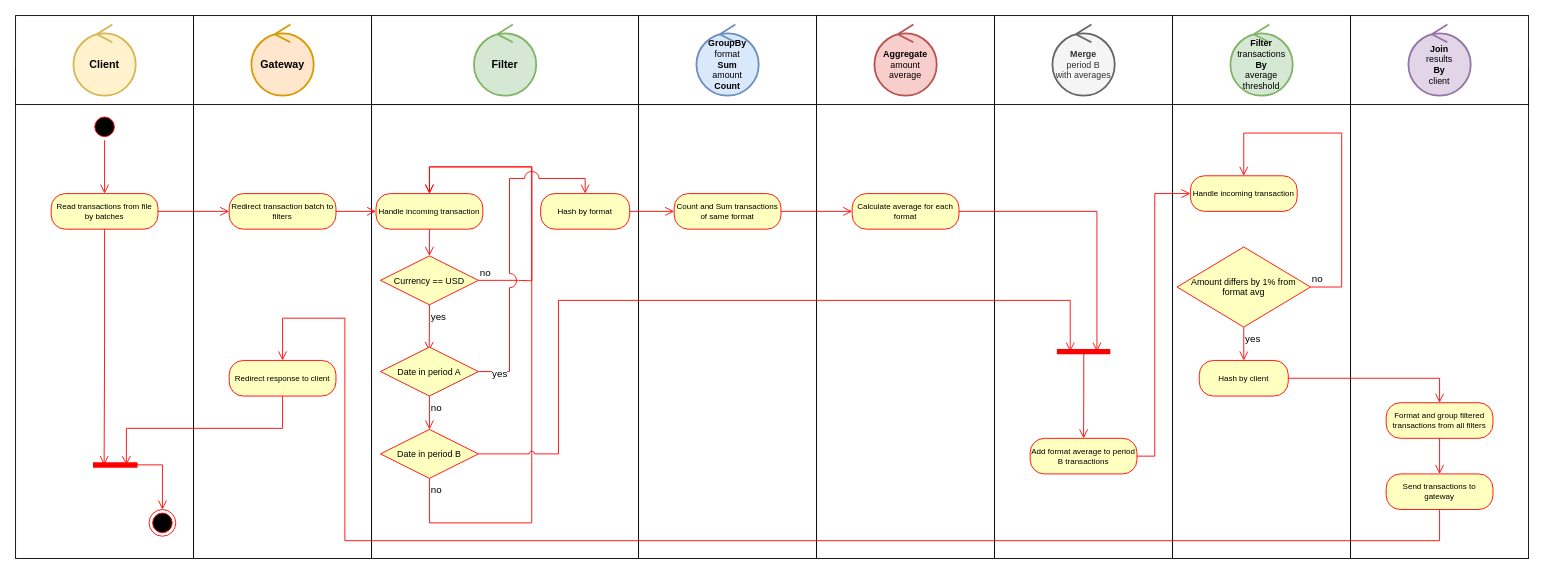
The draw.io diagram doc/diagrams/16activity-uc3.drawio in alejoordonez02/distribuidos-tp-money-laundering-analysis, before the edit. Source tidied: cells renumbered, new cells numbered last; positions are measured from the earlier drawing's top-left corner, leaving out a move shared by most shapes. Both pictures are drawn from the tidied source at 89%, with x=0, y=0 at pixel (15, 15).
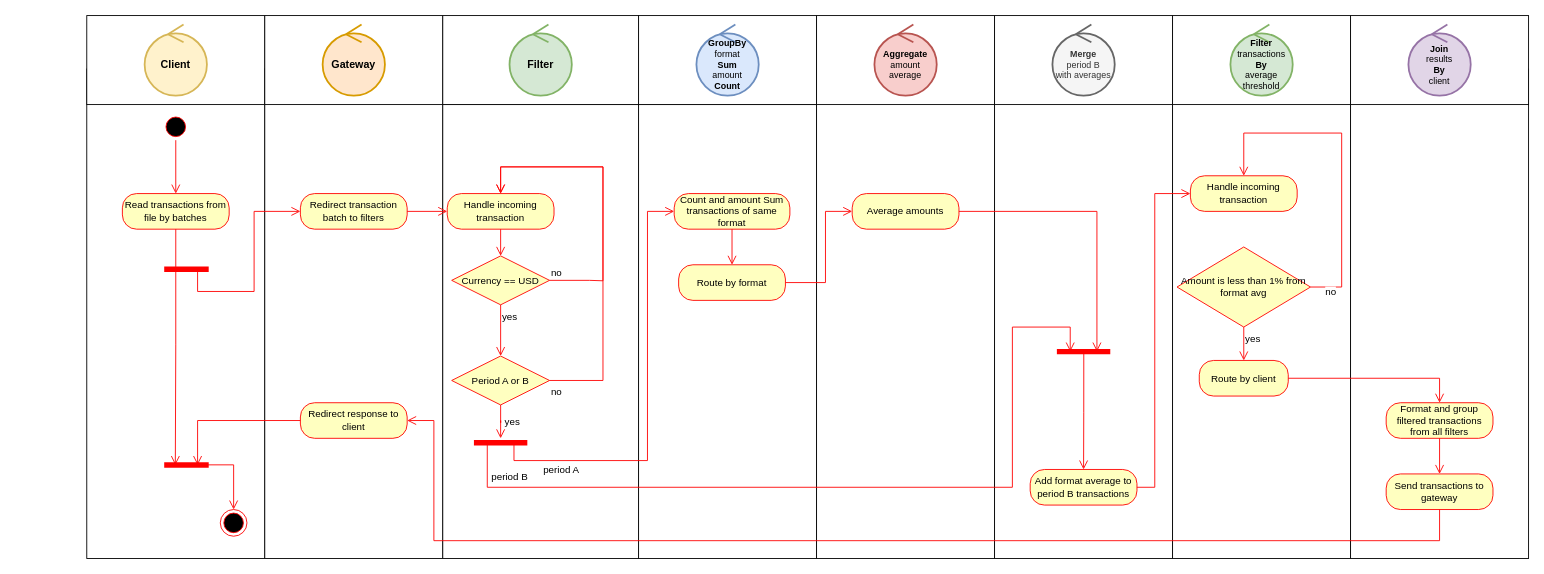
After the change.

Commit message (it also covers changes not shown here):
doc: fix fork-join pattern and routing keys in activity diagrams

The change refers to these unchanged cells:
```xml
<mxCell id="57" style="shape=line;html=1;strokeWidth=6;strokeColor=#ff0000;" parent="1" vertex="1">
  <mxGeometry x="1170" y="372.5" width="60" height="10" as="geometry" />
</mxCell>
```

Diff of the diagram source:
```diff
@@
     <mxCell id="4" style="html=1;dashed=0;whiteSpace=wrap;fontSize=9;" parent="1" vertex="1">
-      <mxGeometry y="60" width="200" height="550" as="geometry" />
+      <mxGeometry x="80" y="60" width="200" height="550" as="geometry" />
     </mxCell>
     <mxCell id="5" style="html=1;dashed=0;whiteSpace=wrap;fontSize=9;" parent="1" vertex="1">
-      <mxGeometry width="200" height="100" as="geometry" />
+      <mxGeometry x="80" width="200" height="100" as="geometry" />
     </mxCell>
     <mxCell id="6" style="html=1;dashed=0;whiteSpace=wrap;fontSize=9;" parent="1" vertex="1">
-      <mxGeometry x="200" y="60" width="200" height="550" as="geometry" />
+      <mxGeometry x="280" y="60" width="200" height="550" as="geometry" />
     </mxCell>
     <mxCell id="7" style="html=1;dashed=0;whiteSpace=wrap;fontSize=9;" parent="1" vertex="1">
-      <mxGeometry x="200" width="200" height="100" as="geometry" />
+      <mxGeometry x="280" width="200" height="100" as="geometry" />
     </mxCell>
     <mxCell id="8" style="html=1;dashed=0;whiteSpace=wrap;fontSize=9;" parent="1" vertex="1">
-      <mxGeometry x="400" y="100" width="300" height="510" as="geometry" />
+      <mxGeometry x="480" y="100" width="220" height="510" as="geometry" />
     </mxCell>
     <mxCell id="9" style="html=1;dashed=0;whiteSpace=wrap;fontSize=9;" parent="1" vertex="1">
-      <mxGeometry x="400" width="300" height="100" as="geometry" />
+      <mxGeometry x="480" width="220" height="100" as="geometry" />
     </mxCell>
     <mxCell id="10" style="ellipse;html=1;shape=startState;fillColor=#000000;strokeColor=#ff0000;fontSize=9;" parent="1" vertex="1">
-      <mxGeometry x="85" y="110" width="30" height="30" as="geometry" />
+      <mxGeometry x="165" y="110" width="30" height="30" as="geometry" />
     </mxCell>
@@
     <mxCell id="12" style="ellipse;html=1;shape=endState;fillColor=#000000;strokeColor=#ff0000;fontSize=9;" parent="1" vertex="1">
-      <mxGeometry x="150" y="555" width="30" height="30" as="geometry" />
+      <mxGeometry x="230" y="555" width="30" height="30" as="geometry" />
     </mxCell>
-    <mxCell id="13" value="&lt;div&gt;Read transactions from file by batches&lt;/div&gt;" style="rounded=1;whiteSpace=wrap;html=1;arcSize=40;fontColor=#000000;fillColor=#ffffc0;strokeColor=#ff0000;fontSize=9;" parent="1" vertex="1">
-      <mxGeometry x="40" y="200" width="120" height="40" as="geometry" />
+    <mxCell id="13" value="&lt;div&gt;Read transactions from file by batches&lt;/div&gt;" style="rounded=1;whiteSpace=wrap;html=1;arcSize=40;fontColor=#000000;fillColor=#ffffc0;strokeColor=#ff0000;fontSize=11;" parent="1" vertex="1">
+      <mxGeometry x="120" y="200" width="120" height="40" as="geometry" />
     </mxCell>
     <mxCell id="14" style="shape=line;html=1;strokeWidth=6;strokeColor=#ff0000;" parent="1" vertex="1">
-      <mxGeometry x="87" y="500" width="50" height="10" as="geometry" />
+      <mxGeometry x="167" y="500" width="50" height="10" as="geometry" />
     </mxCell>
@@
-    <mxCell id="16" style="edgeStyle=orthogonalEdgeStyle;html=1;verticalAlign=bottom;endArrow=open;endSize=8;strokeColor=#ff0000;rounded=0;exitX=1;exitY=0.5;exitDx=0;exitDy=0;fontSize=9;entryX=0;entryY=0.5;entryDx=0;entryDy=0;" parent="1" edge="1" source="13" target="23">
-      <mxGeometry relative="1" as="geometry" />
+    <mxCell id="16" style="edgeStyle=orthogonalEdgeStyle;html=1;verticalAlign=bottom;endArrow=open;endSize=8;strokeColor=#ff0000;rounded=0;exitX=0.75;exitY=0.5;exitDx=0;exitDy=0;fontSize=9;entryX=0;entryY=0.5;entryDx=0;entryDy=0;exitPerimeter=0;" parent="1" edge="1" source="71" target="23">
+      <mxGeometry relative="1" as="geometry">
+        <Array as="points">
+          <mxPoint x="204" y="310" />
+          <mxPoint x="268" y="310" />
+          <mxPoint x="268" y="220" />
+        </Array>
+      </mxGeometry>
     </mxCell>
-    <mxCell id="17" value="Currency == USD" style="rhombus;whiteSpace=wrap;html=1;fontColor=#000000;fillColor=#ffffc0;strokeColor=#ff0000;fontSize=10;" parent="1" vertex="1">
-      <mxGeometry x="410" y="270" width="110" height="55" as="geometry" />
+    <mxCell id="17" value="Currency == USD" style="rhombus;whiteSpace=wrap;html=1;fontColor=#000000;fillColor=#ffffc0;strokeColor=#ff0000;fontSize=11;" parent="1" vertex="1">
+      <mxGeometry x="490" y="270" width="110" height="55" as="geometry" />
     </mxCell>
     <mxCell id="18" value="no" style="edgeStyle=orthogonalEdgeStyle;html=1;align=left;verticalAlign=bottom;endArrow=open;endSize=8;strokeColor=#ff0000;rounded=0;entryX=0.5;entryY=0;entryDx=0;entryDy=0;exitX=1;exitY=0.5;exitDx=0;exitDy=0;" parent="1" edge="1" source="17" target="20">
       <mxGeometry x="-1" relative="1" as="geometry">
         <Array as="points">
-          <mxPoint x="565" y="298" />
-          <mxPoint x="580" y="298" />
-          <mxPoint x="580" y="170" />
-          <mxPoint x="505" y="170" />
+          <mxPoint x="645" y="298" />
+          <mxPoint x="660" y="298" />
+          <mxPoint x="660" y="170" />
+          <mxPoint x="585" y="170" />
         </Array>
       </mxGeometry>
     </mxCell>
-    <mxCell id="19" value="yes" style="edgeStyle=orthogonalEdgeStyle;html=1;align=left;verticalAlign=top;endArrow=open;endSize=8;strokeColor=#ff0000;rounded=0;entryX=0.497;entryY=0.078;entryDx=0;entryDy=0;entryPerimeter=0;" parent="1" edge="1" source="17" target="21">
+    <mxCell id="19" value="yes" style="edgeStyle=orthogonalEdgeStyle;html=1;align=left;verticalAlign=top;endArrow=open;endSize=8;strokeColor=#ff0000;rounded=0;" parent="1" edge="1" source="17" target="75">
       <mxGeometry x="-1" relative="1" as="geometry" />
     </mxCell>
-    <mxCell id="20" value="Handle incoming transaction" style="rounded=1;whiteSpace=wrap;html=1;arcSize=40;fontColor=#000000;fillColor=#ffffc0;strokeColor=#ff0000;fontSize=9;" parent="1" vertex="1">
-      <mxGeometry x="405" y="200" width="120" height="40" as="geometry" />
+    <mxCell id="20" value="Handle incoming transaction" style="rounded=1;whiteSpace=wrap;html=1;arcSize=40;fontColor=#000000;fillColor=#ffffc0;strokeColor=#ff0000;fontSize=11;" parent="1" vertex="1">
+      <mxGeometry x="485" y="200" width="120" height="40" as="geometry" />
     </mxCell>
-    <mxCell id="21" value="Date in period A" style="rhombus;whiteSpace=wrap;html=1;fontColor=#000000;fillColor=#ffffc0;strokeColor=#ff0000;fontSize=10;" parent="1" vertex="1">
-      <mxGeometry x="410" y="372.5" width="110" height="55" as="geometry" />
-    </mxCell>
@@
-    <mxCell id="23" value="Redirect transaction batch to filters" style="rounded=1;whiteSpace=wrap;html=1;arcSize=40;fontColor=#000000;fillColor=#ffffc0;strokeColor=#ff0000;fontSize=9;" parent="1" vertex="1">
-      <mxGeometry x="240" y="200" width="120" height="40" as="geometry" />
+    <mxCell id="23" value="Redirect transaction batch to filters" style="rounded=1;whiteSpace=wrap;html=1;arcSize=40;fontColor=#000000;fillColor=#ffffc0;strokeColor=#ff0000;fontSize=11;" parent="1" vertex="1">
+      <mxGeometry x="320" y="200" width="120" height="40" as="geometry" />
     </mxCell>
@@
-    <mxCell id="25" value="Redirect response to client" style="rounded=1;whiteSpace=wrap;html=1;arcSize=40;fontColor=#000000;fillColor=#ffffc0;strokeColor=#ff0000;fontSize=9;" parent="1" vertex="1">
-      <mxGeometry x="240" y="387.5" width="120" height="40" as="geometry" />
+    <mxCell id="25" value="Redirect response to client" style="rounded=1;whiteSpace=wrap;html=1;arcSize=40;fontColor=#000000;fillColor=#ffffc0;strokeColor=#ff0000;fontSize=11;" parent="1" vertex="1">
+      <mxGeometry x="320" y="435" width="120" height="40" as="geometry" />
     </mxCell>
-    <mxCell id="26" style="edgeStyle=orthogonalEdgeStyle;html=1;verticalAlign=bottom;endArrow=open;endSize=8;strokeColor=#ff0000;rounded=0;exitX=0.5;exitY=1;exitDx=0;exitDy=0;fontSize=9;entryX=0.75;entryY=0.5;entryDx=0;entryDy=0;entryPerimeter=0;" parent="1" edge="1" source="25" target="14">
-      <mxGeometry relative="1" as="geometry" />
+    <mxCell id="26" style="edgeStyle=orthogonalEdgeStyle;html=1;verticalAlign=bottom;endArrow=open;endSize=8;strokeColor=#ff0000;rounded=0;fontSize=9;entryX=0.75;entryY=0.5;entryDx=0;entryDy=0;entryPerimeter=0;" parent="1" edge="1" source="25" target="14">
+      <mxGeometry relative="1" as="geometry">
+        <Array as="points">
+          <mxPoint x="205" y="455" />
+        </Array>
+      </mxGeometry>
     </mxCell>
@@
     <mxCell id="28" value="&lt;b&gt;Client&lt;/b&gt;" style="ellipse;shape=umlControl;whiteSpace=wrap;html=1;strokeWidth=2;fillColor=#fff2cc;strokeColor=#d6b656;" parent="1" vertex="1">
-      <mxGeometry x="65" y="10" width="70" height="80" as="geometry" />
+      <mxGeometry x="145" y="10" width="70" height="80" as="geometry" />
     </mxCell>
     <mxCell id="29" value="&lt;b&gt;Gateway&lt;/b&gt;" style="ellipse;shape=umlControl;whiteSpace=wrap;html=1;strokeWidth=2;fillColor=#ffe6cc;strokeColor=#d79b00;" parent="1" vertex="1">
-      <mxGeometry x="265" y="10" width="70" height="80" as="geometry" />
+      <mxGeometry x="345" y="10" width="70" height="80" as="geometry" />
     </mxCell>
     <mxCell id="30" value="&lt;b&gt;Filter&lt;/b&gt;" style="ellipse;shape=umlControl;whiteSpace=wrap;html=1;strokeWidth=2;fillColor=#d5e8d4;strokeColor=#82b366;" parent="1" vertex="1">
-      <mxGeometry x="515" y="10" width="70" height="80" as="geometry" />
+      <mxGeometry x="555" y="10" width="70" height="80" as="geometry" />
     </mxCell>
-    <mxCell id="31" value="Date in period B" style="rhombus;whiteSpace=wrap;html=1;fontColor=#000000;fillColor=#ffffc0;strokeColor=#ff0000;fontSize=10;" parent="1" vertex="1">
-      <mxGeometry x="410" y="465" width="110" height="55" as="geometry" />
-    </mxCell>
-    <mxCell id="32" value="no" style="edgeStyle=orthogonalEdgeStyle;html=1;align=left;verticalAlign=top;endArrow=open;endSize=8;strokeColor=#ff0000;rounded=0;entryX=0.5;entryY=0;entryDx=0;entryDy=0;exitX=0.5;exitY=1;exitDx=0;exitDy=0;" parent="1" edge="1" source="21" target="31">
-      <mxGeometry x="-1" relative="1" as="geometry" />
-    </mxCell>
-    <mxCell id="33" value="&lt;div&gt;no&lt;/div&gt;" style="edgeStyle=orthogonalEdgeStyle;html=1;align=left;verticalAlign=top;endArrow=open;endSize=8;strokeColor=#ff0000;rounded=0;exitX=0.5;exitY=1;exitDx=0;exitDy=0;entryX=0.5;entryY=0;entryDx=0;entryDy=0;" parent="1" edge="1" source="31" target="20">
+    <mxCell id="33" value="&lt;div&gt;no&lt;/div&gt;" style="edgeStyle=orthogonalEdgeStyle;html=1;align=left;verticalAlign=top;endArrow=open;endSize=8;strokeColor=#ff0000;rounded=0;entryX=0.5;entryY=0;entryDx=0;entryDy=0;" parent="1" edge="1" source="75" target="20">
       <mxGeometry x="-1" relative="1" as="geometry">
         <Array as="points">
-          <mxPoint x="465" y="570" />
-          <mxPoint x="580" y="570" />
-          <mxPoint x="580" y="170" />
-          <mxPoint x="465" y="170" />
+          <mxPoint x="660" y="410" />
+          <mxPoint x="660" y="170" />
+          <mxPoint x="545" y="170" />
         </Array>
       </mxGeometry>
     </mxCell>
@@
-    <mxCell id="42" value="Format and group filtered transactions from all filters" style="rounded=1;whiteSpace=wrap;html=1;arcSize=40;fontColor=#000000;fillColor=#ffffc0;strokeColor=#ff0000;fontSize=9;" parent="1" vertex="1">
+    <mxCell id="42" value="Format and group filtered transactions from all filters" style="rounded=1;whiteSpace=wrap;html=1;arcSize=40;fontColor=#000000;fillColor=#ffffc0;strokeColor=#ff0000;fontSize=11;" parent="1" vertex="1">
       <mxGeometry x="1540" y="435" width="120" height="40" as="geometry" />
     </mxCell>
@@
-    <mxCell id="44" value="Send transactions to gateway" style="rounded=1;whiteSpace=wrap;html=1;arcSize=40;fontColor=#000000;fillColor=#ffffc0;strokeColor=#ff0000;fontSize=9;" parent="1" vertex="1">
+    <mxCell id="44" value="Send transactions to gateway" style="rounded=1;whiteSpace=wrap;html=1;arcSize=40;fontColor=#000000;fillColor=#ffffc0;strokeColor=#ff0000;fontSize=11;" parent="1" vertex="1">
       <mxGeometry x="1540" y="515" width="120" height="40" as="geometry" />
     </mxCell>
@@
-    <mxCell id="50" value="Count and Sum transactions of same format" style="rounded=1;whiteSpace=wrap;html=1;arcSize=40;fontColor=#000000;fillColor=#ffffc0;strokeColor=#ff0000;fontSize=9;" parent="1" vertex="1">
-      <mxGeometry x="740" y="200" width="120" height="40" as="geometry" />
+    <mxCell id="50" value="Count and amount Sum transactions of same format" style="rounded=1;whiteSpace=wrap;html=1;arcSize=40;fontColor=#000000;fillColor=#ffffc0;strokeColor=#ff0000;fontSize=11;" parent="1" vertex="1">
+      <mxGeometry x="740" y="200" width="130" height="40" as="geometry" />
     </mxCell>
-    <mxCell id="51" style="edgeStyle=orthogonalEdgeStyle;html=1;align=left;verticalAlign=top;endArrow=open;endSize=8;strokeColor=#ff0000;rounded=0;exitX=1;exitY=0.5;exitDx=0;exitDy=0;curved=0;jumpStyle=arc;jumpSize=16;entryX=0.5;entryY=0;entryDx=0;entryDy=0;startSize=9;" parent="1" edge="1" source="21" target="53">
+    <mxCell id="51" style="edgeStyle=orthogonalEdgeStyle;html=1;align=left;verticalAlign=top;endArrow=open;endSize=8;strokeColor=#ff0000;rounded=0;exitX=0.75;exitY=0.5;exitDx=0;exitDy=0;curved=0;jumpStyle=arc;jumpSize=16;startSize=9;exitPerimeter=0;" parent="1" edge="1" source="72" target="50">
       <mxGeometry x="-1" relative="1" as="geometry">
         <Array as="points">
-          <mxPoint x="555" y="400" />
-          <mxPoint x="555" y="183" />
-          <mxPoint x="640" y="183" />
+          <mxPoint x="560" y="500" />
+          <mxPoint x="710" y="500" />
+          <mxPoint x="710" y="220" />
         </Array>
       </mxGeometry>
     </mxCell>
-    <mxCell id="52" value="&lt;div&gt;yes&lt;/div&gt;" style="edgeLabel;html=1;align=center;verticalAlign=middle;" parent="51" vertex="1">
-      <mxGeometry x="-0.87" y="-2" relative="1" as="geometry" />
+    <mxCell id="52" value="&lt;div&gt;period A&lt;/div&gt;" style="edgeLabel;html=1;align=center;verticalAlign=middle;" parent="51" vertex="1">
+      <mxGeometry x="-0.87" y="-2" relative="1" as="geometry">
+        <mxPoint x="41" y="7" as="offset" />
+      </mxGeometry>
     </mxCell>
-    <mxCell id="53" value="Hash by format" style="rounded=1;whiteSpace=wrap;html=1;arcSize=40;fontColor=#000000;fillColor=#ffffc0;strokeColor=#ff0000;fontSize=9;" parent="1" vertex="1">
-      <mxGeometry x="590" y="200" width="100" height="40" as="geometry" />
-    </mxCell>
-    <mxCell id="54" style="edgeStyle=orthogonalEdgeStyle;html=1;verticalAlign=bottom;endArrow=open;endSize=8;strokeColor=#ff0000;rounded=0;exitX=1;exitY=0.5;exitDx=0;exitDy=0;entryX=0;entryY=0.5;entryDx=0;entryDy=0;fontSize=9;" parent="1" edge="1" source="53" target="50">
-      <mxGeometry relative="1" as="geometry" />
-    </mxCell>
-    <mxCell id="55" value="Calculate average for each format" style="rounded=1;whiteSpace=wrap;html=1;arcSize=40;fontColor=#000000;fillColor=#ffffc0;strokeColor=#ff0000;fontSize=9;" parent="1" vertex="1">
+    <mxCell id="55" value="Average amounts" style="rounded=1;whiteSpace=wrap;html=1;arcSize=40;fontColor=#000000;fillColor=#ffffc0;strokeColor=#ff0000;fontSize=11;" parent="1" vertex="1">
       <mxGeometry x="940" y="200" width="120" height="40" as="geometry" />
     </mxCell>
-    <mxCell id="56" style="edgeStyle=orthogonalEdgeStyle;html=1;verticalAlign=bottom;endArrow=open;endSize=8;strokeColor=#ff0000;rounded=0;exitX=1;exitY=0.5;exitDx=0;exitDy=0;entryX=0;entryY=0.5;entryDx=0;entryDy=0;fontSize=9;" parent="1" edge="1" source="50" target="55">
+    <mxCell id="56" style="edgeStyle=orthogonalEdgeStyle;html=1;verticalAlign=bottom;endArrow=open;endSize=8;strokeColor=#ff0000;rounded=0;fontSize=9;" parent="1" edge="1" source="50" target="77">
       <mxGeometry relative="1" as="geometry" />
     </mxCell>
@@
-    <mxCell id="60" style="edgeStyle=orthogonalEdgeStyle;html=1;verticalAlign=bottom;endArrow=open;endSize=8;strokeColor=#ff0000;rounded=0;exitX=1;exitY=0.5;exitDx=0;exitDy=0;entryX=0.25;entryY=0.5;entryDx=0;entryDy=0;fontSize=9;entryPerimeter=0;jumpStyle=arc;" parent="1" edge="1" source="31" target="57">
+    <mxCell id="60" style="edgeStyle=orthogonalEdgeStyle;html=1;verticalAlign=bottom;endArrow=open;endSize=8;strokeColor=#ff0000;rounded=0;exitX=0.25;exitY=0.5;exitDx=0;exitDy=0;entryX=0.25;entryY=0.5;entryDx=0;entryDy=0;fontSize=9;entryPerimeter=0;jumpStyle=arc;exitPerimeter=0;" parent="1" edge="1" source="72" target="57">
       <mxGeometry relative="1" as="geometry">
         <Array as="points">
-          <mxPoint x="610" y="493" />
-          <mxPoint x="610" y="320" />
-          <mxPoint x="1185" y="320" />
+          <mxPoint x="530" y="530" />
+          <mxPoint x="1120" y="530" />
+          <mxPoint x="1120" y="350" />
+          <mxPoint x="1185" y="350" />
         </Array>
       </mxGeometry>
     </mxCell>
+    <mxCell id="70" value="period B" style="edgeLabel;html=1;align=center;verticalAlign=middle;fontFamily=Helvetica;fontSize=11;fontColor=default;labelBackgroundColor=default;" parent="60" vertex="1">
+      <mxGeometry x="-0.93" y="1" relative="1" as="geometry">
+        <mxPoint x="23" y="5" as="offset" />
+      </mxGeometry>
+    </mxCell>
-    <mxCell id="61" value="&lt;div&gt;Add format average to period B transactions&lt;/div&gt;" style="rounded=1;whiteSpace=wrap;html=1;arcSize=40;fontColor=#000000;fillColor=#ffffc0;strokeColor=#ff0000;fontSize=9;" parent="1" vertex="1">
-      <mxGeometry x="1140" y="475" width="120" height="40" as="geometry" />
+    <mxCell id="61" value="&lt;div&gt;Add format average to period B transactions&lt;/div&gt;" style="rounded=1;whiteSpace=wrap;html=1;arcSize=40;fontColor=#000000;fillColor=#ffffc0;strokeColor=#ff0000;fontSize=11;" parent="1" vertex="1">
+      <mxGeometry x="1140" y="510" width="120" height="40" as="geometry" />
     </mxCell>
-    <mxCell id="62" value="Handle incoming transaction" style="rounded=1;whiteSpace=wrap;html=1;arcSize=40;fontColor=#000000;fillColor=#ffffc0;strokeColor=#ff0000;fontSize=9;" parent="1" vertex="1">
+    <mxCell id="62" value="Handle incoming transaction" style="rounded=1;whiteSpace=wrap;html=1;arcSize=40;fontColor=#000000;fillColor=#ffffc0;strokeColor=#ff0000;fontSize=11;" parent="1" vertex="1">
       <mxGeometry x="1320" y="180" width="120" height="40" as="geometry" />
     </mxCell>
     <mxCell id="63" style="edgeStyle=orthogonalEdgeStyle;html=1;verticalAlign=bottom;endArrow=open;endSize=8;strokeColor=#ff0000;rounded=0;exitX=1;exitY=0.5;exitDx=0;exitDy=0;entryX=0;entryY=0.5;entryDx=0;entryDy=0;" parent="1" edge="1" source="61" target="62">
       <mxGeometry relative="1" as="geometry">
         <Array as="points">
-          <mxPoint x="1280" y="495" />
+          <mxPoint x="1280" y="530" />
           <mxPoint x="1280" y="200" />
         </Array>
       </mxGeometry>
     </mxCell>
-    <mxCell id="64" value="Amount differs by 1% from format avg" style="rhombus;whiteSpace=wrap;html=1;fontColor=#000000;fillColor=#ffffc0;strokeColor=#ff0000;fontSize=10;" parent="1" vertex="1">
+    <mxCell id="64" value="Amount is less than 1% from format avg" style="rhombus;whiteSpace=wrap;html=1;fontColor=#000000;fillColor=#ffffc0;strokeColor=#ff0000;fontSize=11;" parent="1" vertex="1">
       <mxGeometry x="1305" y="260" width="150" height="90" as="geometry" />
     </mxCell>
     <mxCell id="65" value="no" style="edgeStyle=orthogonalEdgeStyle;html=1;align=left;verticalAlign=bottom;endArrow=open;endSize=8;strokeColor=#ff0000;rounded=0;entryX=0.5;entryY=0;entryDx=0;entryDy=0;exitX=1;exitY=0.5;exitDx=0;exitDy=0;" parent="1" edge="1" source="64" target="62">
-      <mxGeometry x="-1" relative="1" as="geometry">
+      <mxGeometry x="-0.92" y="-15" relative="1" as="geometry">
         <Array as="points">
           <mxPoint x="1490" y="305" />
           <mxPoint x="1490" y="132" />
           <mxPoint x="1380" y="132" />
         </Array>
       </mxGeometry>
     </mxCell>
-    <mxCell id="66" style="edgeStyle=orthogonalEdgeStyle;html=1;align=left;verticalAlign=top;endArrow=open;endSize=8;strokeColor=#ff0000;rounded=0;exitX=0.5;exitY=1;exitDx=0;exitDy=0;entryX=0.5;entryY=0;entryDx=0;entryDy=0;" parent="1" edge="1" source="44" target="25">
+    <mxCell id="66" style="edgeStyle=orthogonalEdgeStyle;html=1;align=left;verticalAlign=top;endArrow=open;endSize=8;strokeColor=#ff0000;rounded=0;exitX=0.5;exitY=1;exitDx=0;exitDy=0;" parent="1" edge="1" source="44" target="25">
       <mxGeometry x="-0.71" y="13" relative="1" as="geometry">
         <Array as="points">
           <mxPoint x="1600" y="590" />
-          <mxPoint x="370" y="590" />
-          <mxPoint x="370" y="340" />
-          <mxPoint x="300" y="340" />
+          <mxPoint x="470" y="590" />
+          <mxPoint x="470" y="455" />
         </Array>
       </mxGeometry>
     </mxCell>
-    <mxCell id="67" value="Hash by client" style="rounded=1;whiteSpace=wrap;html=1;arcSize=40;fontColor=#000000;fillColor=#ffffc0;strokeColor=#ff0000;fontSize=9;" parent="1" vertex="1">
+    <mxCell id="67" value="Route by client" style="rounded=1;whiteSpace=wrap;html=1;arcSize=40;fontColor=#000000;fillColor=#ffffc0;strokeColor=#ff0000;fontSize=11;" parent="1" vertex="1">
       <mxGeometry x="1330" y="387.5" width="100" height="40" as="geometry" />
     </mxCell>
@@
+    <mxCell id="71" style="shape=line;html=1;strokeWidth=6;strokeColor=#ff0000;" parent="1" vertex="1">
+      <mxGeometry x="167" y="280" width="50" height="10" as="geometry" />
+    </mxCell>
+    <mxCell id="72" style="shape=line;html=1;strokeWidth=6;strokeColor=#ff0000;" parent="1" vertex="1">
+      <mxGeometry x="515" y="475" width="60" height="10" as="geometry" />
+    </mxCell>
+    <mxCell id="73" style="edgeStyle=orthogonalEdgeStyle;shape=connector;rounded=0;jettySize=auto;html=1;strokeColor=#ff0000;align=left;verticalAlign=top;fontFamily=Helvetica;fontSize=11;fontColor=default;labelBackgroundColor=default;endArrow=open;endSize=8;" parent="1" edge="1" source="75" target="72">
+      <mxGeometry relative="1" as="geometry" />
+    </mxCell>
+    <mxCell id="74" value="yes" style="edgeLabel;html=1;align=center;verticalAlign=middle;fontFamily=Helvetica;fontSize=11;fontColor=default;labelBackgroundColor=default;" parent="73" vertex="1">
+      <mxGeometry x="-0.15" y="-1" relative="1" as="geometry">
+        <mxPoint x="13" as="offset" />
+      </mxGeometry>
+    </mxCell>
+    <mxCell id="75" value="Period A or B" style="rhombus;whiteSpace=wrap;html=1;fontColor=#000000;fillColor=#ffffc0;strokeColor=#ff0000;fontSize=11;" parent="1" vertex="1">
+      <mxGeometry x="490" y="382.5" width="110" height="55" as="geometry" />
+    </mxCell>
+    <mxCell id="76" style="edgeStyle=orthogonalEdgeStyle;shape=connector;rounded=0;jettySize=auto;html=1;strokeColor=#ff0000;align=left;verticalAlign=top;fontFamily=Helvetica;fontSize=11;fontColor=default;labelBackgroundColor=default;endArrow=open;endSize=8;" parent="1" edge="1" source="77" target="55">
+      <mxGeometry relative="1" as="geometry">
+        <Array as="points">
+          <mxPoint x="910" y="300" />
+          <mxPoint x="910" y="220" />
+        </Array>
+      </mxGeometry>
+    </mxCell>
+    <mxCell id="77" value="Route by format" style="rounded=1;whiteSpace=wrap;html=1;arcSize=40;fontColor=#000000;fillColor=#ffffc0;strokeColor=#ff0000;fontSize=11;" parent="1" vertex="1">
+      <mxGeometry x="745" y="280" width="120" height="40" as="geometry" />
+    </mxCell>
```
